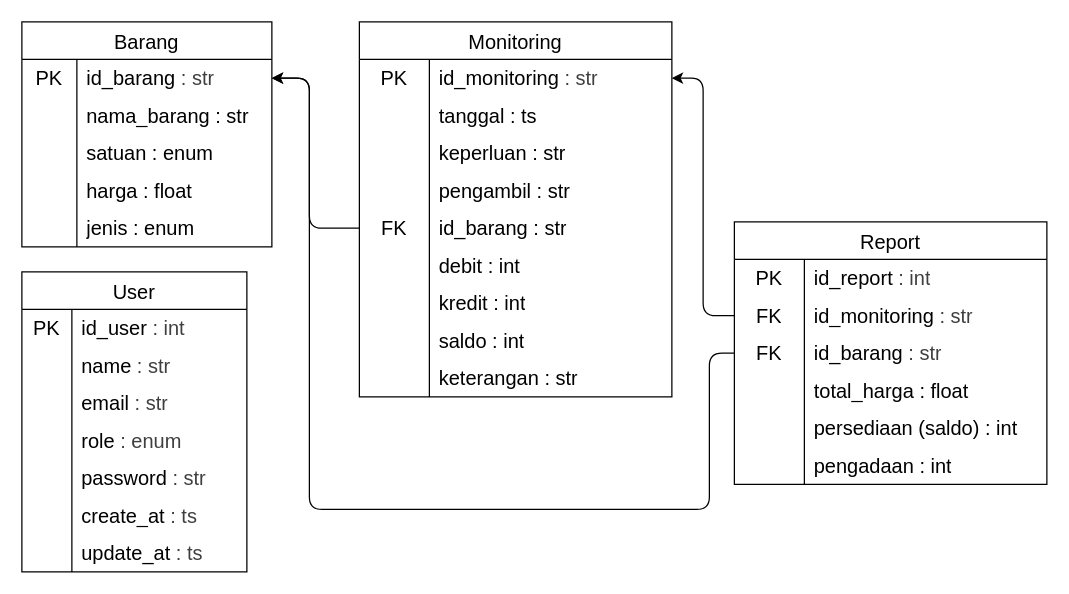
Earlier version of the draw.io diagram page "relation-tb" (1 of 3) of flow.drawio (Fakhrezy/sistem-atk-paljaya). Source tidied: cells renumbered, new cells numbered last; positions are measured from the earlier drawing's top-left corner, leaving out a move shared by most shapes. Both pictures are drawn from the tidied source at 125%, with x=0, y=0 at pixel (21, 21).
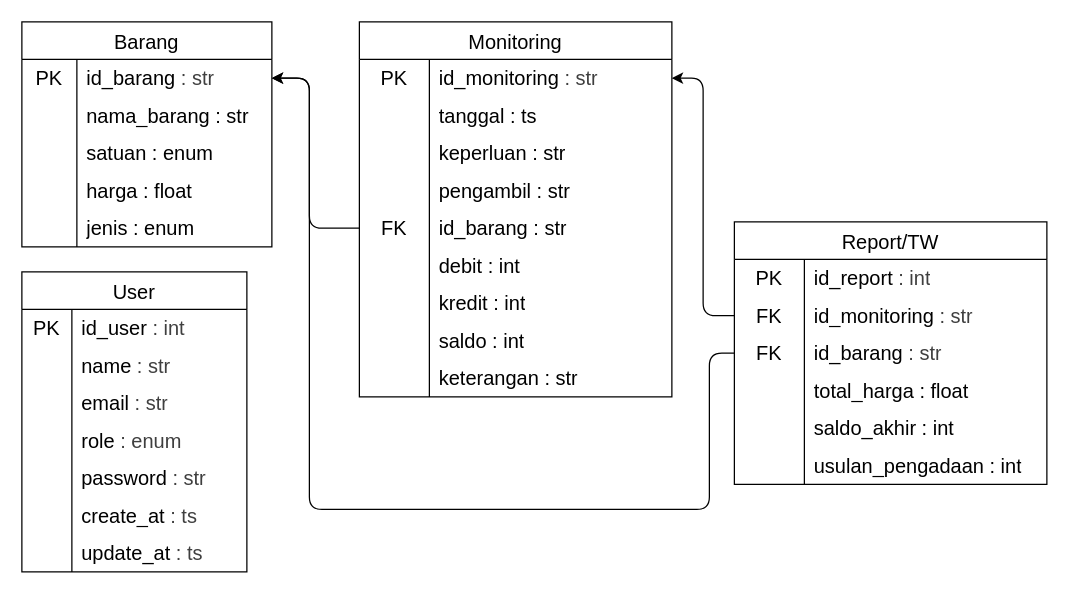
Above is the later version.

Unchanged cells that the change refers to:
```xml
<mxCell id="82" style="shape=tableRow;horizontal=0;startSize=0;swimlaneHead=0;swimlaneBody=0;top=0;left=0;bottom=0;right=0;fillColor=none;strokeColor=inherit;fontSize=16;" parent="69" vertex="1">
  <mxGeometry y="150" width="250" height="30" as="geometry" />
</mxCell>
<mxCell id="85" style="shape=tableRow;horizontal=0;startSize=0;swimlaneHead=0;swimlaneBody=0;top=0;left=0;bottom=0;right=0;fillColor=none;strokeColor=inherit;fontSize=16;" parent="69" vertex="1">
  <mxGeometry y="180" width="250" height="30" as="geometry" />
</mxCell>
```

What changed in the source:
```diff
@@
-    <mxCell id="69" value="Report" style="shape=table;startSize=30;childLayout=tableLayout;rowLines=0;fontStyle=0;strokeColor=default;fontSize=16;" parent="1" vertex="1">
+    <mxCell id="69" value="Report/TW" style="shape=table;startSize=30;childLayout=tableLayout;rowLines=0;fontStyle=0;strokeColor=default;fontSize=16;" parent="1" vertex="1">
       <mxGeometry x="570" y="160" width="250" height="210" as="geometry" />
     </mxCell>
@@
-    <mxCell id="84" value="persediaan (saldo) : int" style="shape=partialRectangle;html=1;whiteSpace=wrap;fillColor=none;top=0;left=0;bottom=0;right=0;align=left;spacingLeft=6;overflow=hidden;strokeColor=inherit;fontSize=16;" parent="82" vertex="1">
+    <mxCell id="84" value="saldo_akhir : int" style="shape=partialRectangle;html=1;whiteSpace=wrap;fillColor=none;top=0;left=0;bottom=0;right=0;align=left;spacingLeft=6;overflow=hidden;strokeColor=inherit;fontSize=16;" parent="82" vertex="1">
       <mxGeometry x="56" width="194" height="30" as="geometry" />
     </mxCell>
@@
-    <mxCell id="87" value="pengadaan : int" style="shape=partialRectangle;html=1;whiteSpace=wrap;fillColor=none;top=0;left=0;bottom=0;right=0;align=left;spacingLeft=6;overflow=hidden;strokeColor=inherit;fontSize=16;" parent="85" vertex="1">
+    <mxCell id="87" value="usulan_pengadaan : int" style="shape=partialRectangle;html=1;whiteSpace=wrap;fillColor=none;top=0;left=0;bottom=0;right=0;align=left;spacingLeft=6;overflow=hidden;strokeColor=inherit;fontSize=16;" parent="85" vertex="1">
       <mxGeometry x="56" width="194" height="30" as="geometry" />
     </mxCell>
```
